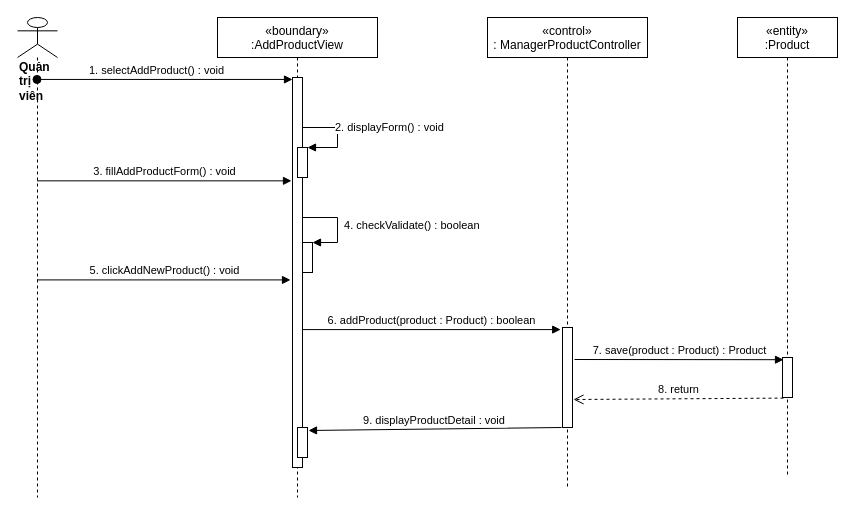
This is sequence diagram/add-newProduct-sequence.drawio from nguyenphamvan/datn_20202, a draw.io file, before an edit. Source tidied: cells renumbered, new cells numbered last; positions are measured from the earlier drawing's top-left corner, leaving out a move shared by most shapes. Both pictures are drawn from the tidied source at 100%, with x=0, y=0 at pixel (17, 17).
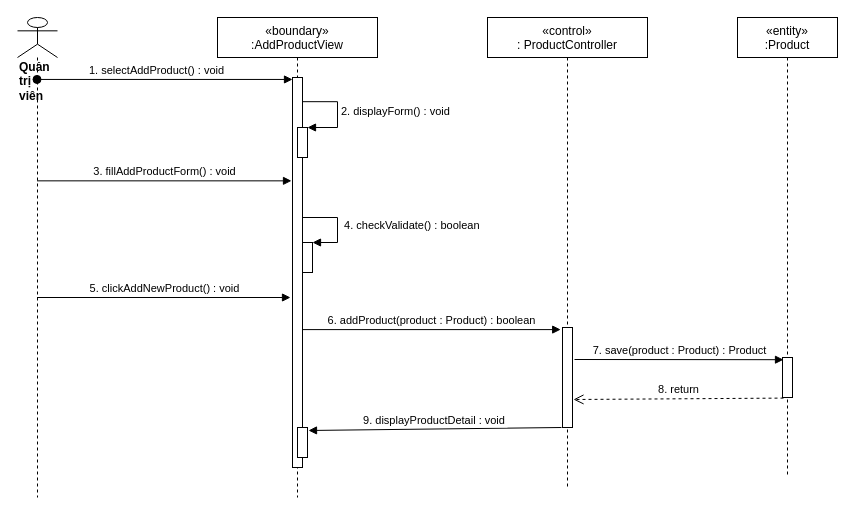
Above is the later version.

The change refers to these unchanged cells:
```xml
<mxCell id="3" style="points=[];perimeter=orthogonalPerimeter;rounded=0;shadow=0;strokeWidth=1;" parent="2" vertex="1">
  <mxGeometry x="75" y="60" width="10" height="390" as="geometry" />
</mxCell>
<mxCell id="5" value="&lt;div&gt;&lt;b&gt;Quản trị viên&lt;/b&gt;&lt;/div&gt;" style="shape=umlLifeline;participant=umlActor;perimeter=lifelinePerimeter;whiteSpace=wrap;html=1;verticalAlign=top;spacingTop=36;outlineConnect=0;align=left;size=40;" parent="1" vertex="1">
  <mxGeometry width="40" height="480" as="geometry" />
</mxCell>
```

The edit, as a diff of the source:
```diff
@@
-    <mxCell id="4" value="«control»&#10;: ManagerProductController" style="shape=umlLifeline;perimeter=lifelinePerimeter;rounded=0;shadow=0;strokeWidth=1;" parent="1" vertex="1">
+    <mxCell id="4" value="«control»&#10;: ProductController" style="shape=umlLifeline;perimeter=lifelinePerimeter;rounded=0;shadow=0;strokeWidth=1;" parent="1" vertex="1">
       <mxGeometry x="470" width="160" height="470" as="geometry" />
     </mxCell>
@@
-    <mxCell id="15" value="5. clickAddNewProduct() : void" style="html=1;verticalAlign=bottom;endArrow=block;entryX=-0.2;entryY=0.519;entryDx=0;entryDy=0;entryPerimeter=0;" parent="1" edge="1" source="5" target="3">
-      <mxGeometry relative="1" as="geometry" />
+    <mxCell id="15" value="5. clickAddNewProduct() : void" style="html=1;verticalAlign=bottom;endArrow=block;" parent="1" edge="1" source="5">
+      <mxGeometry relative="1" as="geometry">
+        <mxPoint x="273" y="280" as="targetPoint" />
+      </mxGeometry>
     </mxCell>
@@
     <mxCell id="19" style="html=1;points=[];perimeter=orthogonalPerimeter;" parent="1" vertex="1">
-      <mxGeometry x="280" y="130" width="10" height="30" as="geometry" />
+      <mxGeometry x="280" y="110" width="10" height="30" as="geometry" />
     </mxCell>
     <mxCell id="20" value="2. displayForm() : void" style="edgeStyle=orthogonalEdgeStyle;html=1;align=left;spacingLeft=2;endArrow=block;rounded=0;entryX=1;entryY=0;exitX=1;exitY=0.062;exitDx=0;exitDy=0;exitPerimeter=0;" parent="1" edge="1" source="3" target="19">
       <mxGeometry relative="1" as="geometry">
         <Array as="points">
-          <mxPoint x="285" y="110" />
+          <mxPoint x="320" y="84" />
           <mxPoint x="320" y="110" />
-          <mxPoint x="320" y="130" />
         </Array>
       </mxGeometry>
     </mxCell>
```
